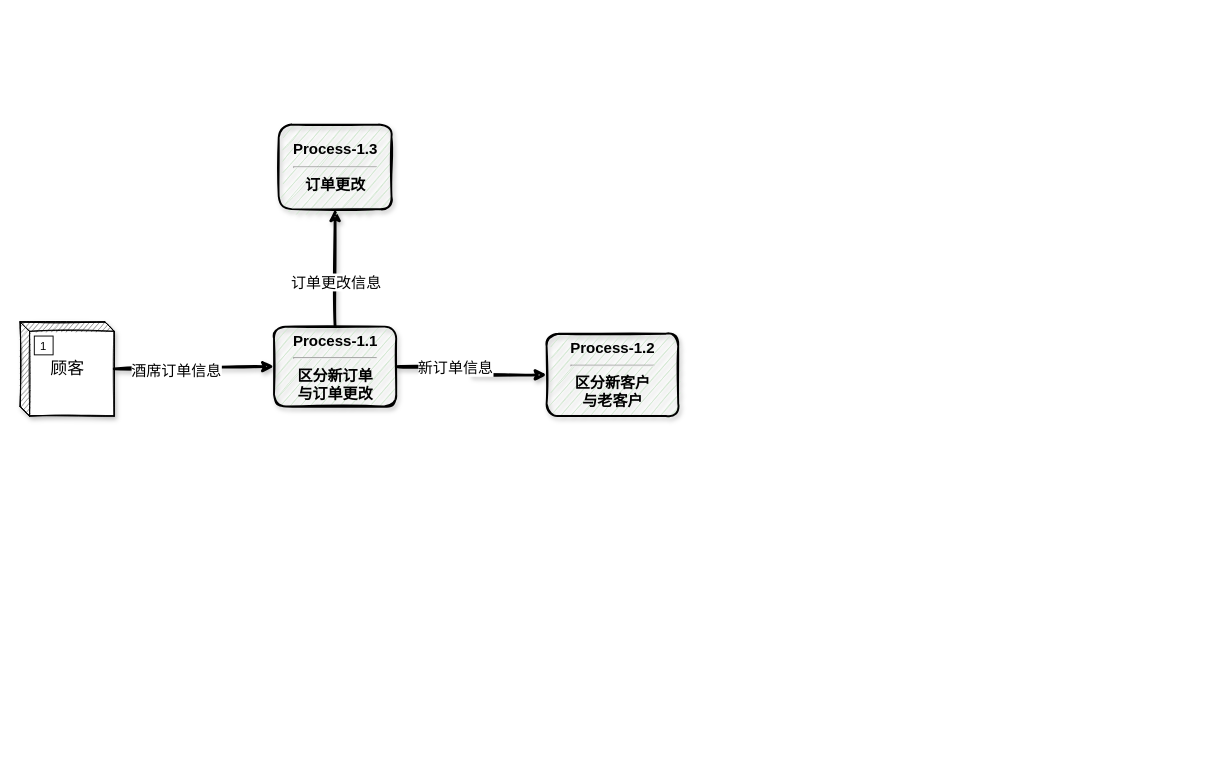
This is DFD/DFD_process_1.drawio from YuanchenZhu2020/DrawIO, a draw.io file, before an edit. Source tidied: cells renumbered, new cells numbered last; positions are measured from the earlier drawing's top-left corner, leaving out a move shared by most shapes. Both pictures are drawn from the tidied source at 94%, with x=0, y=0 at pixel (20, 124).
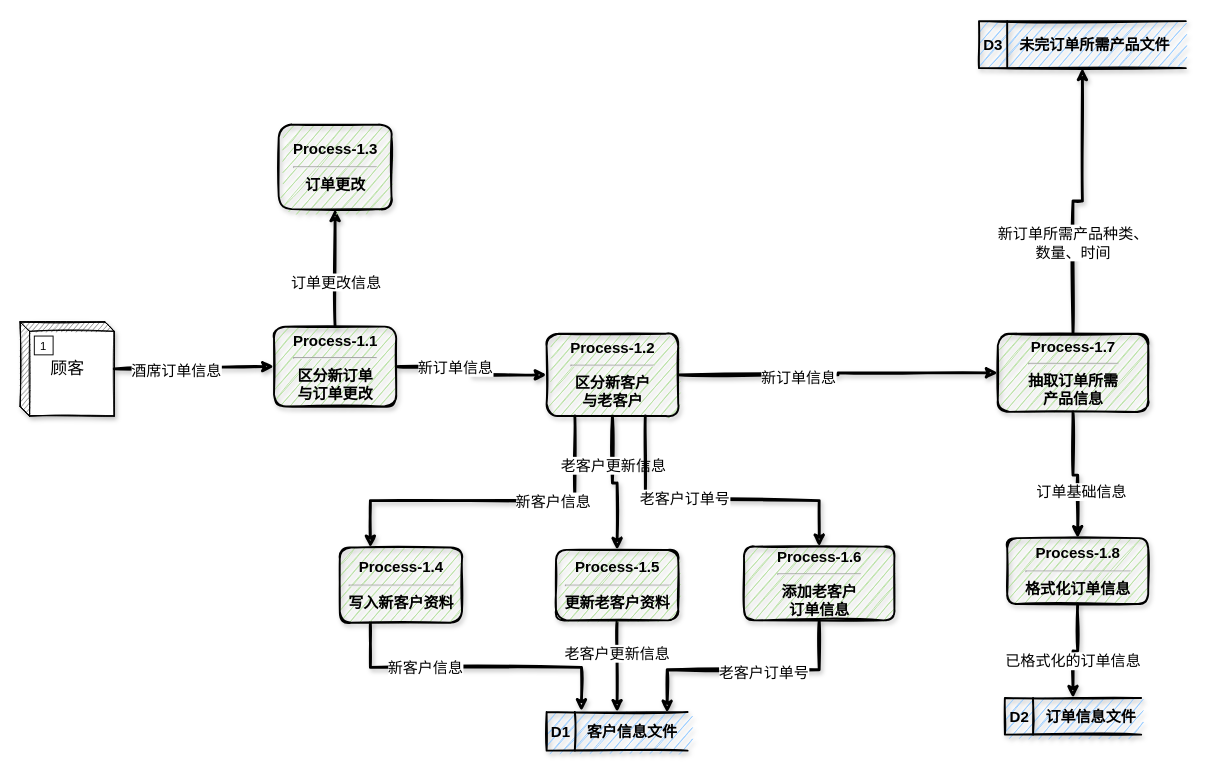
After the change.

Change to the diagram source:
```diff
@@
-    <mxCell id="10" value="&lt;b style=&quot;font-size: 16px&quot;&gt;&lt;font style=&quot;font-size: 16px&quot;&gt;Process-1.1&lt;/font&gt;&lt;/b&gt;&lt;hr style=&quot;font-size: 16px&quot;&gt;&lt;b style=&quot;font-size: 16px&quot;&gt;&lt;font style=&quot;font-size: 16px&quot;&gt;区分新订单&lt;br&gt;与订单更改&lt;/font&gt;&lt;/b&gt;" style="html=1;dashed=0;whitespace=wrap;fillColor=#d5e8d4;rounded=1;sketch=1;shadow=1;strokeWidth=2;" parent="1" vertex="1">
+    <mxCell id="10" value="&lt;b style=&quot;font-size: 16px&quot;&gt;&lt;font style=&quot;font-size: 16px&quot;&gt;Process-1.1&lt;/font&gt;&lt;/b&gt;&lt;hr style=&quot;font-size: 16px&quot;&gt;&lt;b style=&quot;font-size: 16px&quot;&gt;&lt;font style=&quot;font-size: 16px&quot;&gt;区分新订单&lt;br&gt;与订单更改&lt;/font&gt;&lt;/b&gt;" style="html=1;dashed=0;whitespace=wrap;rounded=1;sketch=1;shadow=1;strokeWidth=2;fillColor=#B9E0A5;" parent="1" vertex="1">
       <mxGeometry x="270" y="215" width="130" height="85" as="geometry" />
     </mxCell>
+    <mxCell id="13" style="edgeStyle=orthogonalEdgeStyle;rounded=0;sketch=1;jettySize=auto;html=1;shadow=1;strokeWidth=3;entryX=0.25;entryY=0;entryDx=0;entryDy=0;" parent="1" edge="1" source="11" target="23">
+      <mxGeometry relative="1" as="geometry">
+        <Array as="points">
+          <mxPoint x="590" y="400" />
+          <mxPoint x="373" y="400" />
+        </Array>
+      </mxGeometry>
+    </mxCell>
+    <mxCell id="14" value="&lt;font style=&quot;font-size: 16px&quot;&gt;新客户信息&lt;/font&gt;" style="edgeLabel;html=1;align=center;verticalAlign=middle;" parent="13" vertex="1">
+      <mxGeometry x="-0.36" relative="1" as="geometry" />
+    </mxCell>
+    <mxCell id="15" style="edgeStyle=orthogonalEdgeStyle;rounded=0;sketch=1;jettySize=auto;html=1;shadow=1;strokeWidth=3;" parent="1" edge="1" source="11" target="29">
+      <mxGeometry relative="1" as="geometry" />
+    </mxCell>
+    <mxCell id="16" value="&lt;font style=&quot;font-size: 16px&quot;&gt;新订单信息&lt;/font&gt;" style="edgeLabel;html=1;align=center;verticalAlign=middle;" parent="15" vertex="1">
+      <mxGeometry x="-0.26" y="-2" relative="1" as="geometry" />
+    </mxCell>
+    <mxCell id="17" style="edgeStyle=orthogonalEdgeStyle;rounded=0;sketch=1;jettySize=auto;html=1;entryX=0.5;entryY=0;entryDx=0;entryDy=0;shadow=1;strokeWidth=3;" parent="1" edge="1" source="11" target="32">
+      <mxGeometry relative="1" as="geometry" />
+    </mxCell>
+    <mxCell id="18" value="&lt;font style=&quot;font-size: 16px&quot;&gt;老客户更新信息&lt;/font&gt;" style="edgeLabel;html=1;align=center;verticalAlign=middle;" parent="17" vertex="1">
+      <mxGeometry x="-0.29" relative="1" as="geometry" />
+    </mxCell>
+    <mxCell id="19" style="edgeStyle=orthogonalEdgeStyle;rounded=0;sketch=1;jettySize=auto;html=1;exitX=0.75;exitY=1;exitDx=0;exitDy=0;shadow=1;strokeWidth=3;" parent="1" edge="1" source="11" target="35">
+      <mxGeometry relative="1" as="geometry">
+        <Array as="points">
+          <mxPoint x="665" y="400" />
+          <mxPoint x="850" y="400" />
+        </Array>
+      </mxGeometry>
+    </mxCell>
+    <mxCell id="20" value="&lt;font style=&quot;font-size: 16px&quot;&gt;老客户订单号&lt;/font&gt;" style="edgeLabel;html=1;align=center;verticalAlign=middle;" parent="19" vertex="1">
+      <mxGeometry x="-0.2" y="3" relative="1" as="geometry">
+        <mxPoint x="1" as="offset" />
+      </mxGeometry>
+    </mxCell>
-    <mxCell id="11" value="&lt;span style=&quot;font-size: 16px&quot;&gt;&lt;font style=&quot;font-size: 16px&quot;&gt;&lt;b&gt;Process-1.2&lt;/b&gt;&lt;/font&gt;&lt;/span&gt;&lt;hr style=&quot;font-size: 16px&quot;&gt;&lt;span style=&quot;font-size: 16px&quot;&gt;&lt;font style=&quot;font-size: 16px&quot;&gt;&lt;b&gt;区分新客户&lt;br&gt;与老客户&lt;/b&gt;&lt;/font&gt;&lt;/span&gt;" style="html=1;dashed=0;whitespace=wrap;rounded=1;shadow=1;sketch=1;strokeWidth=2;fillColor=#d5e8d4;" parent="1" vertex="1">
+    <mxCell id="11" value="&lt;span style=&quot;font-size: 16px&quot;&gt;&lt;font style=&quot;font-size: 16px&quot;&gt;&lt;b&gt;Process-1.2&lt;/b&gt;&lt;/font&gt;&lt;/span&gt;&lt;hr style=&quot;font-size: 16px&quot;&gt;&lt;span style=&quot;font-size: 16px&quot;&gt;&lt;font style=&quot;font-size: 16px&quot;&gt;&lt;b&gt;区分新客户&lt;br&gt;与老客户&lt;/b&gt;&lt;/font&gt;&lt;/span&gt;" style="html=1;dashed=0;whitespace=wrap;rounded=1;shadow=1;sketch=1;strokeWidth=2;fillColor=#B9E0A5;" parent="1" vertex="1">
       <mxGeometry x="560" y="222.5" width="140" height="87.5" as="geometry" />
     </mxCell>
-    <mxCell id="12" value="&lt;b style=&quot;font-size: 16px&quot;&gt;&lt;font style=&quot;font-size: 16px&quot;&gt;Process-1.3&lt;/font&gt;&lt;/b&gt;&lt;hr style=&quot;font-size: 16px&quot;&gt;&lt;b style=&quot;font-size: 16px&quot;&gt;&lt;font style=&quot;font-size: 16px&quot;&gt;订单更改&lt;/font&gt;&lt;/b&gt;" style="html=1;dashed=0;whitespace=wrap;rounded=1;shadow=1;sketch=1;strokeWidth=2;fillColor=#d5e8d4;" parent="1" vertex="1">
+    <mxCell id="12" value="&lt;b style=&quot;font-size: 16px&quot;&gt;&lt;font style=&quot;font-size: 16px&quot;&gt;Process-1.3&lt;/font&gt;&lt;/b&gt;&lt;hr style=&quot;font-size: 16px&quot;&gt;&lt;b style=&quot;font-size: 16px&quot;&gt;&lt;font style=&quot;font-size: 16px&quot;&gt;订单更改&lt;/font&gt;&lt;/b&gt;" style="html=1;dashed=0;whitespace=wrap;rounded=1;shadow=1;sketch=1;strokeWidth=2;fillColor=#B9E0A5;" parent="1" vertex="1">
       <mxGeometry x="275" width="120" height="90" as="geometry" />
     </mxCell>
+    <mxCell id="21" style="edgeStyle=orthogonalEdgeStyle;rounded=0;sketch=1;jettySize=auto;html=1;shadow=1;strokeWidth=3;exitX=0.25;exitY=1;exitDx=0;exitDy=0;entryX=0.247;entryY=-0.024;entryDx=0;entryDy=0;entryPerimeter=0;" parent="1" edge="1" source="23" target="24">
+      <mxGeometry relative="1" as="geometry" />
+    </mxCell>
+    <mxCell id="22" value="&lt;font style=&quot;font-size: 16px&quot;&gt;新客户信息&lt;/font&gt;" style="edgeLabel;html=1;align=center;verticalAlign=middle;" parent="21" vertex="1">
+      <mxGeometry x="-0.34" y="1" relative="1" as="geometry">
+        <mxPoint y="1" as="offset" />
+      </mxGeometry>
+    </mxCell>
+    <mxCell id="23" value="&lt;b style=&quot;font-size: 16px&quot;&gt;&lt;font style=&quot;font-size: 16px&quot;&gt;Process-1.4&lt;/font&gt;&lt;/b&gt;&lt;hr style=&quot;font-size: 16px&quot;&gt;&lt;b style=&quot;font-size: 16px&quot;&gt;&lt;font style=&quot;font-size: 16px&quot;&gt;写入新客户资料&lt;/font&gt;&lt;/b&gt;" style="html=1;dashed=0;whitespace=wrap;rounded=1;shadow=1;sketch=1;strokeWidth=2;fillColor=#B9E0A5;" parent="1" vertex="1">
+      <mxGeometry x="340" y="450" width="130" height="80" as="geometry" />
+    </mxCell>
+    <mxCell id="24" value="&lt;b&gt;&lt;font style=&quot;font-size: 16px&quot;&gt;D1&amp;nbsp; &amp;nbsp; 客户信息文件&lt;/font&gt;&lt;/b&gt;" style="html=1;dashed=0;whitespace=wrap;shape=mxgraph.dfd.dataStoreID;align=left;spacingLeft=3;points=[[0,0],[0.5,0],[1,0],[0,0.5],[1,0.5],[0,1],[0.5,1],[1,1]];rounded=1;shadow=1;sketch=1;strokeWidth=2;fillColor=#99CCFF;" parent="1" vertex="1">
+      <mxGeometry x="560" y="625" width="150" height="41" as="geometry" />
+    </mxCell>
+    <mxCell id="25" style="edgeStyle=orthogonalEdgeStyle;rounded=0;sketch=1;jettySize=auto;html=1;entryX=0.5;entryY=1;entryDx=0;entryDy=0;shadow=1;strokeWidth=3;" parent="1" edge="1" source="29" target="36">
+      <mxGeometry relative="1" as="geometry" />
+    </mxCell>
+    <mxCell id="26" value="&lt;font style=&quot;font-size: 16px&quot;&gt;新订单所需产品种类、&lt;br&gt;数量、时间&lt;/font&gt;" style="edgeLabel;html=1;align=center;verticalAlign=middle;" parent="25" vertex="1">
+      <mxGeometry x="-0.34" y="1" relative="1" as="geometry" />
+    </mxCell>
+    <mxCell id="27" style="edgeStyle=orthogonalEdgeStyle;rounded=0;sketch=1;jettySize=auto;html=1;entryX=0.5;entryY=0;entryDx=0;entryDy=0;shadow=1;strokeWidth=3;" parent="1" edge="1" source="29" target="39">
+      <mxGeometry relative="1" as="geometry" />
+    </mxCell>
+    <mxCell id="28" value="&lt;font style=&quot;font-size: 16px&quot;&gt;订单基础信息&lt;/font&gt;" style="edgeLabel;html=1;align=center;verticalAlign=middle;" parent="27" vertex="1">
+      <mxGeometry x="0.29" y="3" relative="1" as="geometry" />
+    </mxCell>
+    <mxCell id="29" value="&lt;b style=&quot;font-size: 16px&quot;&gt;&lt;font style=&quot;font-size: 16px&quot;&gt;Process-1.7&lt;/font&gt;&lt;/b&gt;&lt;hr style=&quot;font-size: 16px&quot;&gt;&lt;b style=&quot;font-size: 16px&quot;&gt;&lt;font style=&quot;font-size: 16px&quot;&gt;抽取订单所需&lt;br&gt;产品信息&lt;/font&gt;&lt;/b&gt;" style="html=1;dashed=0;whitespace=wrap;rounded=1;shadow=1;sketch=1;strokeWidth=2;fillColor=#B9E0A5;" parent="1" vertex="1">
+      <mxGeometry x="1040" y="222.5" width="160" height="83.2" as="geometry" />
+    </mxCell>
+    <mxCell id="30" style="edgeStyle=orthogonalEdgeStyle;rounded=0;sketch=1;jettySize=auto;html=1;entryX=0.5;entryY=0;entryDx=0;entryDy=0;shadow=1;strokeWidth=3;" parent="1" edge="1" source="32" target="24">
+      <mxGeometry relative="1" as="geometry" />
+    </mxCell>
+    <mxCell id="31" value="&lt;span style=&quot;font-size: 16px&quot;&gt;老客户更新信息&lt;/span&gt;" style="edgeLabel;html=1;align=center;verticalAlign=middle;" parent="30" vertex="1">
+      <mxGeometry x="-0.28" y="-1" relative="1" as="geometry" />
+    </mxCell>
+    <mxCell id="32" value="&lt;b style=&quot;font-size: 16px&quot;&gt;&lt;font style=&quot;font-size: 16px&quot;&gt;Process-1.5&lt;/font&gt;&lt;/b&gt;&lt;hr style=&quot;font-size: 16px&quot;&gt;&lt;b style=&quot;font-size: 16px&quot;&gt;&lt;font style=&quot;font-size: 16px&quot;&gt;更新老客户资料&lt;/font&gt;&lt;/b&gt;" style="html=1;dashed=0;whitespace=wrap;rounded=1;shadow=1;sketch=1;strokeWidth=2;fillColor=#B9E0A5;" parent="1" vertex="1">
+      <mxGeometry x="570" y="452.5" width="130" height="75" as="geometry" />
+    </mxCell>
+    <mxCell id="33" style="edgeStyle=orthogonalEdgeStyle;rounded=0;sketch=1;jettySize=auto;html=1;entryX=0.855;entryY=0.017;entryDx=0;entryDy=0;entryPerimeter=0;shadow=1;strokeWidth=3;" parent="1" edge="1" source="35" target="24">
+      <mxGeometry relative="1" as="geometry">
+        <Array as="points">
+          <mxPoint x="850" y="580" />
+          <mxPoint x="688" y="580" />
+        </Array>
+      </mxGeometry>
+    </mxCell>
+    <mxCell id="34" value="&lt;span style=&quot;font-size: 16px&quot;&gt;老客户订单号&lt;/span&gt;" style="edgeLabel;html=1;align=center;verticalAlign=middle;" parent="33" vertex="1">
+      <mxGeometry x="-0.14" y="2" relative="1" as="geometry" />
+    </mxCell>
+    <mxCell id="35" value="&lt;b style=&quot;font-size: 16px&quot;&gt;&lt;font style=&quot;font-size: 16px&quot;&gt;Process-1.6&lt;/font&gt;&lt;/b&gt;&lt;hr style=&quot;font-size: 16px&quot;&gt;&lt;b style=&quot;font-size: 16px&quot;&gt;&lt;font style=&quot;font-size: 16px&quot;&gt;添加老客户&lt;br&gt;订单信息&lt;/font&gt;&lt;/b&gt;" style="html=1;dashed=0;whitespace=wrap;rounded=1;shadow=1;sketch=1;strokeWidth=2;fillColor=#B9E0A5;" parent="1" vertex="1">
+      <mxGeometry x="770" y="449" width="160" height="78.5" as="geometry" />
+    </mxCell>
+    <mxCell id="36" value="&lt;b&gt;&lt;font style=&quot;font-size: 16px&quot;&gt;D3&amp;nbsp; &amp;nbsp; 未完订单所需产品文件&lt;/font&gt;&lt;/b&gt;" style="html=1;dashed=0;whitespace=wrap;shape=mxgraph.dfd.dataStoreID;align=left;spacingLeft=3;points=[[0,0],[0.5,0],[1,0],[0,0.5],[1,0.5],[0,1],[0.5,1],[1,1]];rounded=1;shadow=1;sketch=1;strokeWidth=2;fillColor=#99CCFF;" parent="1" vertex="1">
+      <mxGeometry x="1020" y="-110" width="220" height="50" as="geometry" />
+    </mxCell>
+    <mxCell id="37" style="edgeStyle=orthogonalEdgeStyle;rounded=0;sketch=1;jettySize=auto;html=1;entryX=0.5;entryY=0;entryDx=0;entryDy=0;shadow=1;strokeWidth=3;" parent="1" edge="1" source="39" target="40">
+      <mxGeometry relative="1" as="geometry" />
+    </mxCell>
+    <mxCell id="38" value="&lt;font style=&quot;font-size: 16px&quot;&gt;已格式化的订单信息&lt;/font&gt;" style="edgeLabel;html=1;align=center;verticalAlign=middle;" parent="37" vertex="1">
+      <mxGeometry x="0.23" y="-1" relative="1" as="geometry" />
+    </mxCell>
+    <mxCell id="39" value="&lt;b style=&quot;font-size: 16px&quot;&gt;&lt;font style=&quot;font-size: 16px&quot;&gt;Process-1.8&lt;/font&gt;&lt;/b&gt;&lt;hr style=&quot;font-size: 16px&quot;&gt;&lt;b style=&quot;font-size: 16px&quot;&gt;&lt;font style=&quot;font-size: 16px&quot;&gt;格式化订单信息&lt;/font&gt;&lt;/b&gt;" style="html=1;dashed=0;whitespace=wrap;rounded=1;shadow=1;sketch=1;strokeWidth=2;fillColor=#B9E0A5;" parent="1" vertex="1">
+      <mxGeometry x="1050" y="440" width="150" height="70" as="geometry" />
+    </mxCell>
+    <mxCell id="40" value="&lt;b&gt;&lt;font style=&quot;font-size: 16px&quot;&gt;D2&amp;nbsp; &amp;nbsp; 订单信息文件&lt;/font&gt;&lt;/b&gt;" style="html=1;dashed=0;whitespace=wrap;shape=mxgraph.dfd.dataStoreID;align=left;spacingLeft=3;points=[[0,0],[0.5,0],[1,0],[0,0.5],[1,0.5],[0,1],[0.5,1],[1,1]];rounded=1;shadow=1;sketch=1;strokeWidth=2;fillColor=#99CCFF;" parent="1" vertex="1">
+      <mxGeometry x="1047.5" y="610" width="145" height="39" as="geometry" />
+    </mxCell>
```
